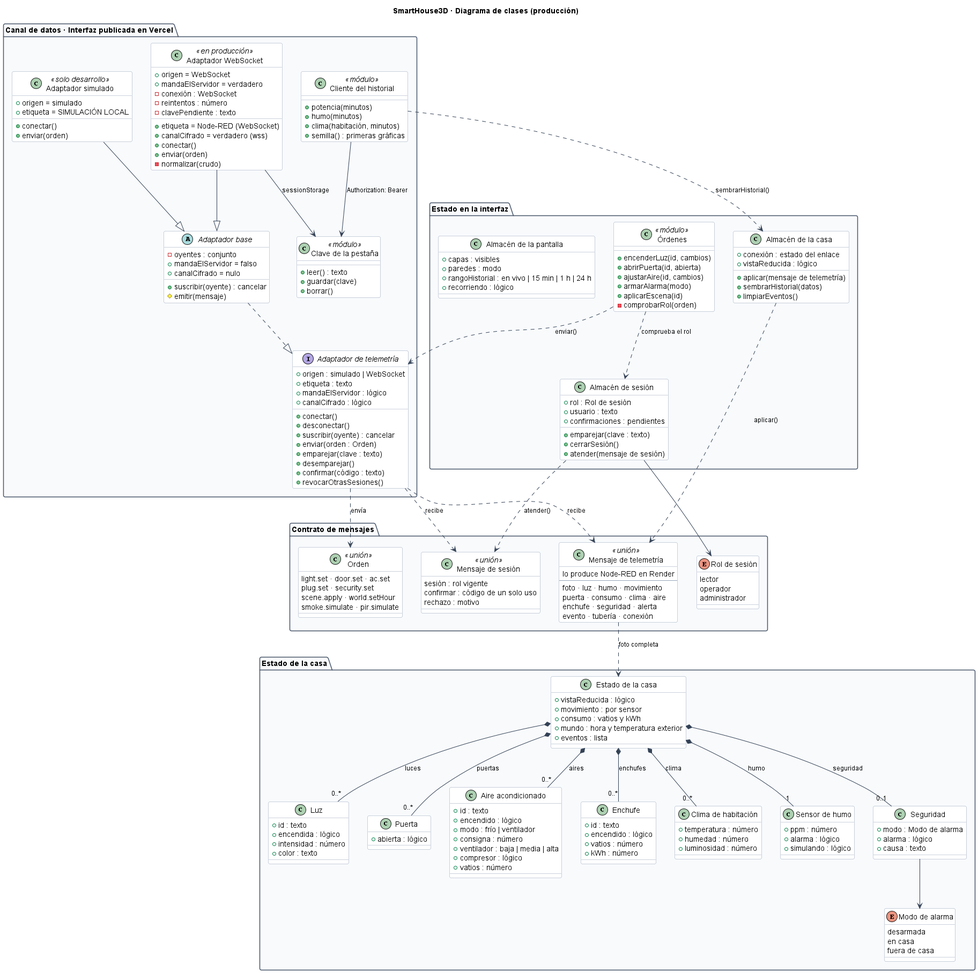
This is docs/diagramas/png/clases.png from WilderG2004/SmartHouse3D, a PlantUML export, as it was before one commit.
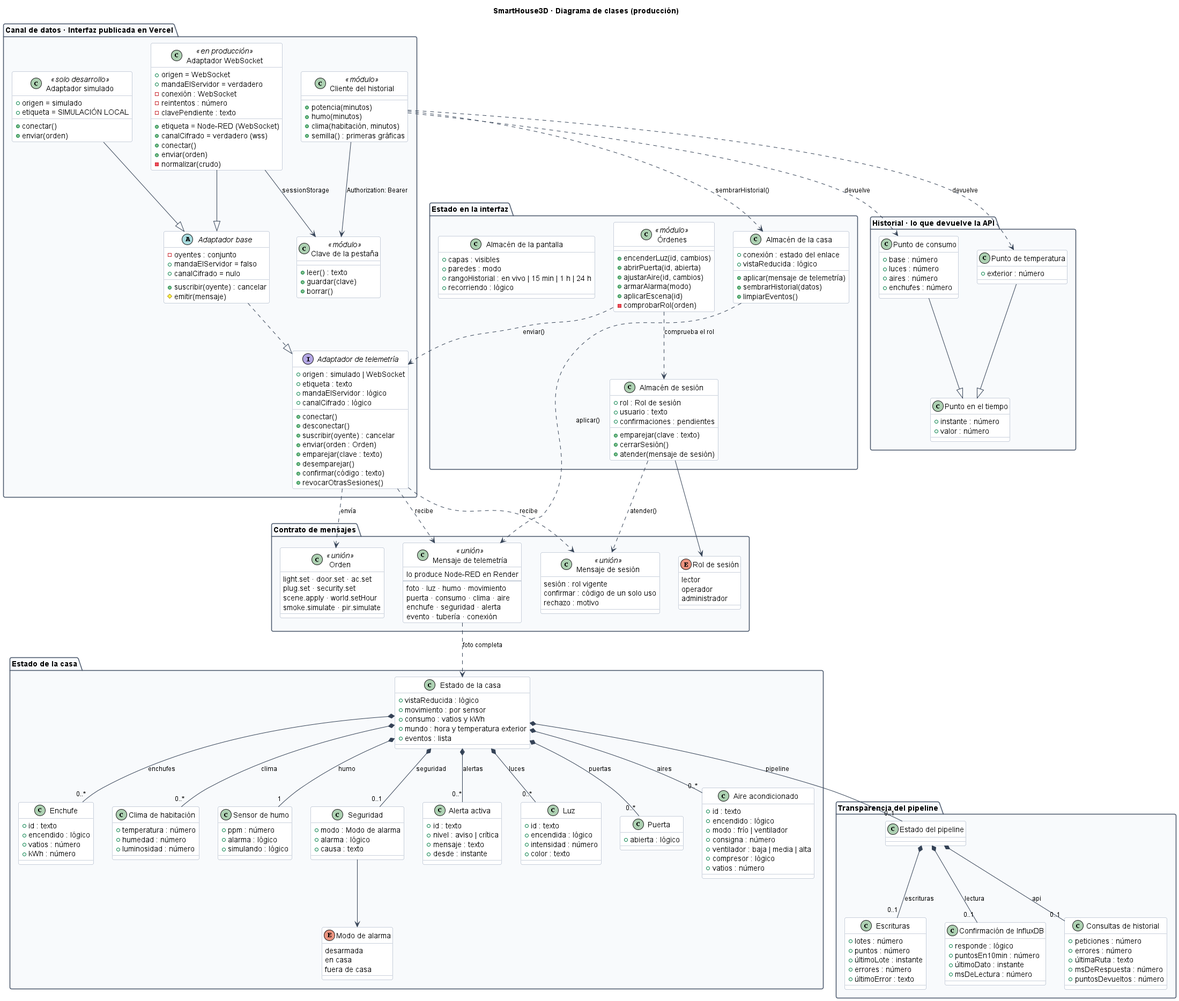
Later version of the same file.

Commit message:
Clases: historial, alertas y el grupo del pipeline

The edit, as a diff of the source:
```diff
@@ -174,6 +174,14 @@
     fuera de casa
   }
 
+  class "Alerta activa" as ActiveAlert {
+    +id : texto
+    +nivel : aviso | crítica
+    +mensaje : texto
+    +desde : instante
+  }
+
+  HouseSnapshot *-- "0..*" ActiveAlert : alertas
   HouseSnapshot *-- "0..*" LightState : luces
   HouseSnapshot *-- "0..*" DoorState : puertas
   HouseSnapshot *-- "0..*" AcState : aires
@@ -182,6 +190,59 @@
   HouseSnapshot *-- "1" SmokeState : humo
   HouseSnapshot *-- "0..1" SecurityState : seguridad
   SecurityState --> SecurityMode
+}
+
+package "Historial · lo que devuelve la API" {
+  class "Punto en el tiempo" as TimePoint {
+    +instante : número
+    +valor : número
+  }
+
+  class "Punto de consumo" as PowerPoint {
+    +base : número
+    +luces : número
+    +aires : número
+    +enchufes : número
+  }
+
+  class "Punto de temperatura" as ClimatePoint {
+    +exterior : número
+  }
+
+  PowerPoint --|> TimePoint
+  ClimatePoint --|> TimePoint
+}
+
+package "Transparencia del pipeline" {
+  class "Estado del pipeline" as PipelineState {
+  }
+
+  class "Escrituras" as PipelineWrites {
+    +lotes : número
+    +puntos : número
+    +últimoLote : instante
+    +errores : número
+    +últimoError : texto
+  }
+
+  class "Confirmación de InfluxDB" as PipelineStore {
+    +responde : lógico
+    +puntosEn10min : número
+    +últimoDato : instante
+    +msDeLectura : número
+  }
+
+  class "Consultas de historial" as PipelineApi {
+    +peticiones : número
+    +errores : número
+    +últimaRuta : texto
+    +msDeRespuesta : número
+    +puntosDevueltos : número
+  }
+
+  PipelineState *-- "0..1" PipelineWrites : escrituras
+  PipelineState *-- "0..1" PipelineStore : lectura
+  PipelineState *-- "0..1" PipelineApi : api
 }
 
 package "Estado en la interfaz" {
@@ -227,6 +288,9 @@
 TelemetryMessage ..> HouseSnapshot : "foto completa"
 HouseStore ..> TelemetryMessage : "aplicar()"
 historyApi ..> HouseStore : "sembrarHistorial()"
+historyApi ..> PowerPoint : "devuelve"
+historyApi ..> ClimatePoint : "devuelve"
+HouseSnapshot *-- "0..1" PipelineState : pipeline
 SessionStore ..> SessionMessage : "atender()"
 SessionStore --> SessionRole
 
```
